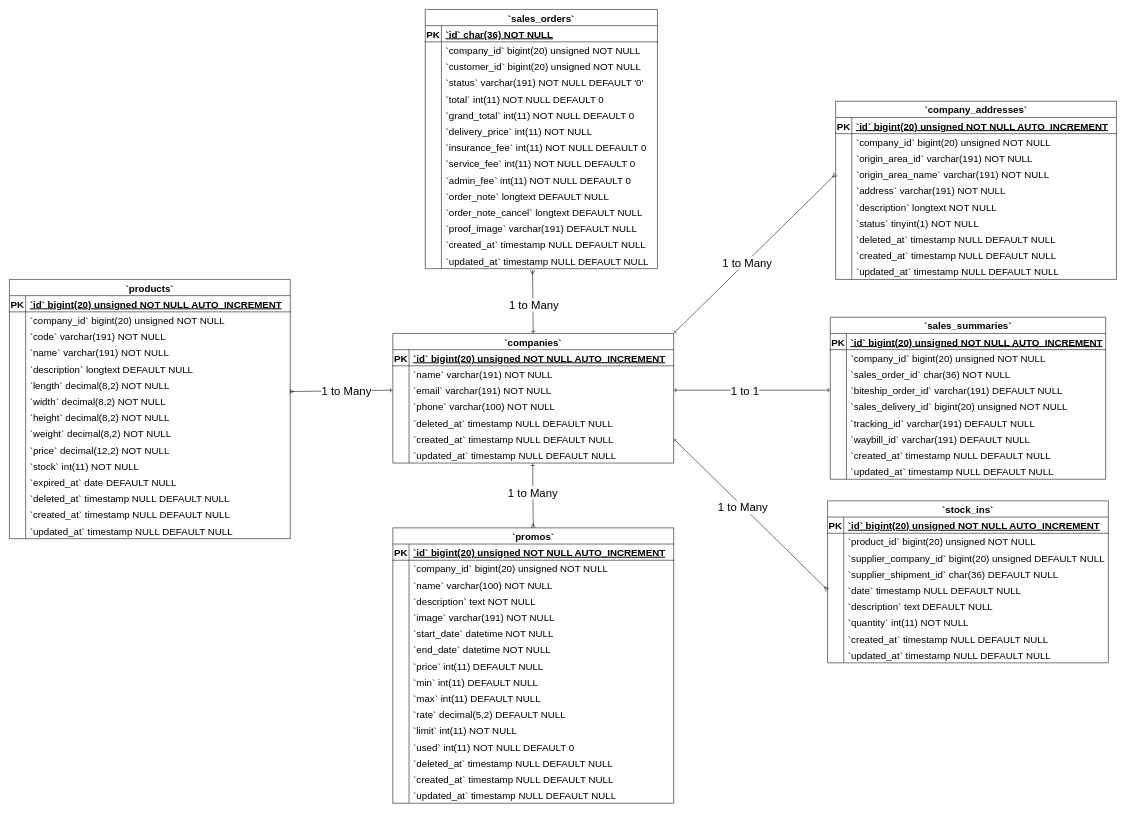
This is Companies ERD Split Diagram 2.drawio from Simasco/diagram, a draw.io file, before an edit. Source tidied: cells renumbered, new cells numbered last; positions are measured from the earlier drawing's top-left corner, leaving out a move shared by most shapes. Both pictures are drawn from the tidied source at 54%, with x=0, y=0 at pixel (9, 9).
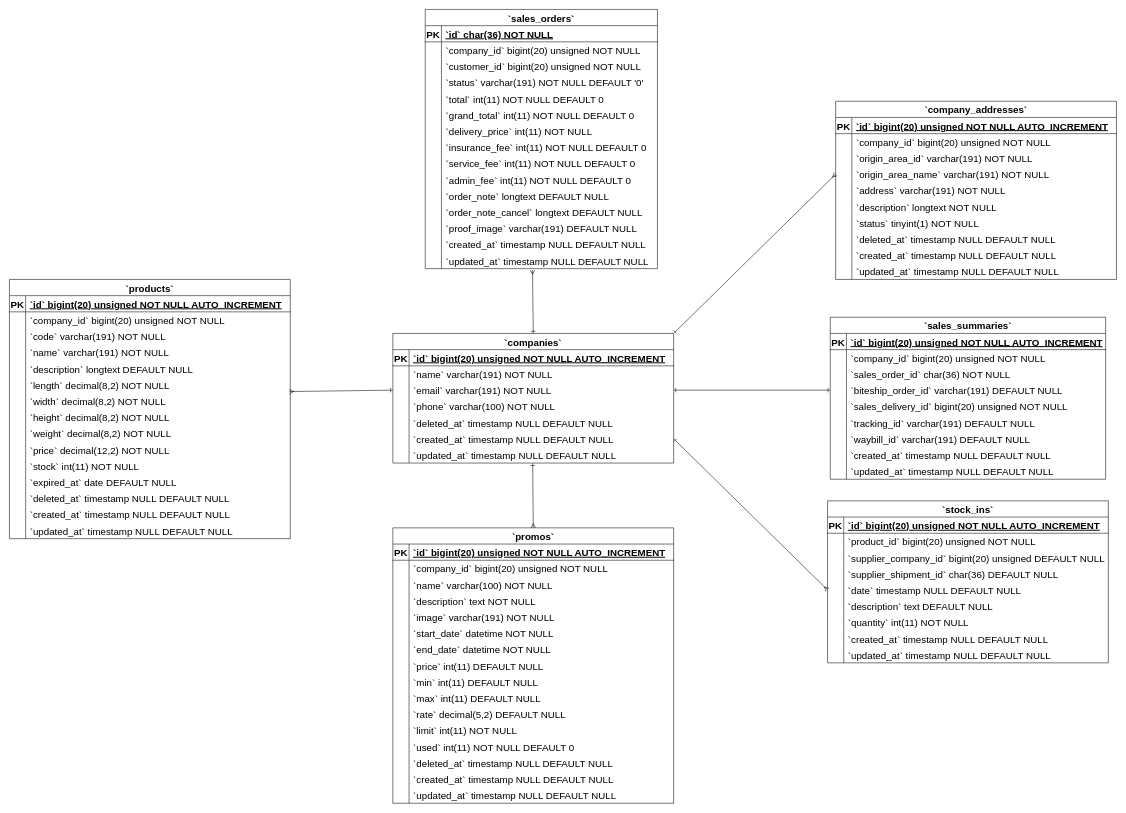
After the change.

The change refers to these unchanged cells:
```xml
<mxCell id="252" style="fontSize=12;html=1;endArrow=ERmany;rounded=0;exitX=1;exitY=0;exitDx=0;exitDy=0;entryX=0;entryY=0.5;entryDx=0;entryDy=0;endFill=0;startArrow=ERone;startFill=0;" parent="1" edge="1" source="2" target="111">
  <mxGeometry relative="1" as="geometry" />
</mxCell>
<mxCell id="254" style="fontSize=12;html=1;endArrow=ERone;rounded=0;exitX=1;exitY=0.5;exitDx=0;exitDy=0;entryX=0;entryY=0.5;entryDx=0;entryDy=0;endFill=0;startArrow=ERone;startFill=0;" parent="1" edge="1" source="9" target="234">
  <mxGeometry relative="1" as="geometry" />
</mxCell>
<mxCell id="256" style="fontSize=12;html=1;endArrow=ERmany;rounded=0;exitX=1;exitY=0.5;exitDx=0;exitDy=0;entryX=0;entryY=0.5;entryDx=0;entryDy=0;startArrow=ERone;startFill=0;endFill=0;" parent="1" edge="1" source="18" target="86">
  <mxGeometry relative="1" as="geometry" />
</mxCell>
<mxCell id="258" style="fontSize=12;html=1;endArrow=ERmany;rounded=0;entryX=0.5;entryY=0;entryDx=0;entryDy=0;exitX=0.498;exitY=1.02;exitDx=0;exitDy=0;exitPerimeter=0;endFill=0;startArrow=ERone;startFill=0;" parent="1" edge="1" source="21" target="24">
  <mxGeometry relative="1" as="geometry" />
</mxCell>
<mxCell id="260" style="fontSize=12;html=1;endArrow=ERmany;rounded=0;entryX=0.462;entryY=1.086;entryDx=0;entryDy=0;exitX=0.5;exitY=0;exitDx=0;exitDy=0;entryPerimeter=0;endFill=0;startArrow=ERone;startFill=0;" parent="1" edge="1" source="2" target="221">
  <mxGeometry relative="1" as="geometry" />
</mxCell>
<mxCell id="262" style="fontSize=12;html=1;endArrow=ERmany;rounded=0;entryX=0.997;entryY=-0.08;entryDx=0;entryDy=0;exitX=0;exitY=0.5;exitDx=0;exitDy=0;entryPerimeter=0;startArrow=ERone;startFill=0;endFill=0;" parent="1" edge="1" source="9" target="151">
  <mxGeometry relative="1" as="geometry" />
</mxCell>
```

What changed in the source:
```diff
@@
-    <mxCell id="253" value="&lt;font style=&quot;font-size: 21px;&quot;&gt;1 to Many&lt;/font&gt;" style="edgeLabel;html=1;align=center;verticalAlign=middle;" parent="252" vertex="1">
-      <mxGeometry x="-0.1" y="-1" relative="1" as="geometry" />
-    </mxCell>
@@
-    <mxCell id="255" value="&lt;font style=&quot;font-size: 21px;&quot;&gt;1 to 1&lt;/font&gt;" style="edgeLabel;html=1;align=center;verticalAlign=middle;" parent="254" vertex="1">
-      <mxGeometry x="-0.1" y="-1" relative="1" as="geometry" />
-    </mxCell>
@@
-    <mxCell id="257" value="&lt;font style=&quot;font-size: 21px;&quot;&gt;1 to Many&lt;/font&gt;" style="edgeLabel;html=1;align=center;verticalAlign=middle;" parent="256" vertex="1">
-      <mxGeometry x="-0.1" y="-1" relative="1" as="geometry" />
-    </mxCell>
@@
-    <mxCell id="259" value="&lt;font style=&quot;font-size: 21px;&quot;&gt;1 to Many&lt;/font&gt;" style="edgeLabel;html=1;align=center;verticalAlign=middle;" parent="258" vertex="1">
-      <mxGeometry x="-0.1" y="-1" relative="1" as="geometry" />
-    </mxCell>
@@
-    <mxCell id="261" value="&lt;font style=&quot;font-size: 21px;&quot;&gt;1 to Many&lt;/font&gt;" style="edgeLabel;html=1;align=center;verticalAlign=middle;" parent="260" vertex="1">
-      <mxGeometry x="-0.1" y="-1" relative="1" as="geometry" />
-    </mxCell>
@@
-    <mxCell id="263" value="&lt;font style=&quot;font-size: 21px;&quot;&gt;1 to Many&lt;/font&gt;" style="edgeLabel;html=1;align=center;verticalAlign=middle;" parent="262" vertex="1">
-      <mxGeometry x="-0.1" y="-1" relative="1" as="geometry" />
-    </mxCell>
```
